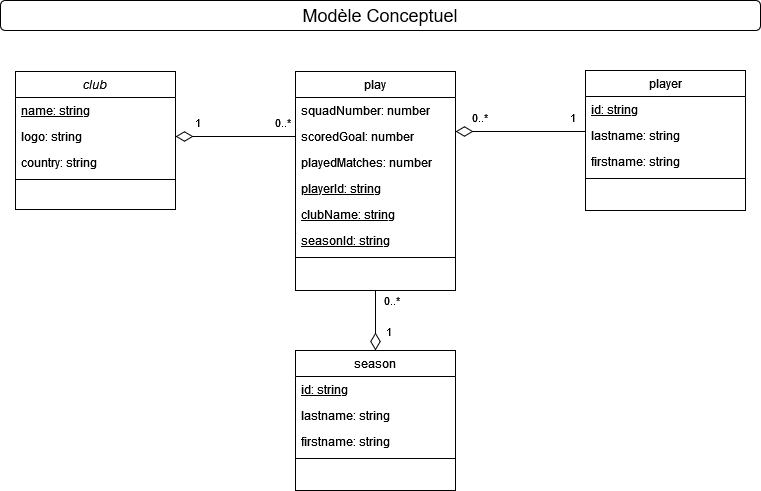
Above: documentation/uml-sportyma-eval.drawio.png in PheonBest/soccer-clubs-react-native-app (draw.io), before the change. Source tidied: cells renumbered, new cells last; positions are measured from the earlier drawing's top-left corner, leaving out a move shared by most shapes. Source of this version:
```xml
<mxGraphModel>
  <root>
    <mxCell id="0" />
    <mxCell id="1" parent="0" />
    <mxCell id="2" value="club" style="swimlane;fontStyle=2;align=center;verticalAlign=top;horizontal=1;startSize=26;rounded=0;shadow=0;strokeWidth=1;" parent="1" vertex="1">
      <mxGeometry x="15" y="71" width="160" height="138" as="geometry" />
    </mxCell>
    <mxCell id="3" value="name: string" style="text;align=left;verticalAlign=top;spacingLeft=4;spacingRight=4;overflow=hidden;fontStyle=4;" parent="2" vertex="1">
      <mxGeometry y="26" width="160" height="26" as="geometry" />
    </mxCell>
    <mxCell id="4" value="logo: string" style="text;align=left;verticalAlign=top;spacingLeft=4;spacingRight=4;overflow=hidden;points=[[0,0.5],[1,0.5]];portConstraint=eastwest;rounded=0;shadow=0;html=0;" parent="2" vertex="1">
      <mxGeometry y="52" width="160" height="26" as="geometry" />
    </mxCell>
    <mxCell id="5" value="country: string" style="text;align=left;verticalAlign=top;spacingLeft=4;spacingRight=4;overflow=hidden;rounded=0;shadow=0;html=0;" parent="2" vertex="1">
      <mxGeometry y="78" width="160" height="26" as="geometry" />
    </mxCell>
    <mxCell id="6" style="line;html=1;strokeWidth=1;align=left;verticalAlign=middle;spacingTop=-1;spacingLeft=3;spacingRight=3;labelPosition=right;" parent="2" vertex="1">
      <mxGeometry y="104" width="160" height="8" as="geometry" />
    </mxCell>
    <mxCell id="7" style="endArrow=none;html=1;rounded=0;startArrow=diamondThin;startFill=0;strokeWidth=1;endSize=15;startSize=15;jumpSize=15;exitX=1;exitY=0.5;exitDx=0;exitDy=0;entryX=0;entryY=0.5;entryDx=0;entryDy=0;" parent="1" edge="1" source="4">
      <mxGeometry relative="1" as="geometry">
        <mxPoint x="295" y="136" as="targetPoint" />
        <Array as="points">
          <mxPoint x="285" y="136" />
        </Array>
      </mxGeometry>
    </mxCell>
    <mxCell id="8" value="1" style="edgeLabel;html=1;align=center;verticalAlign=middle;" parent="7" vertex="1">
      <mxGeometry x="-0.81" y="-2" relative="1" as="geometry">
        <mxPoint x="10" y="-17" as="offset" />
      </mxGeometry>
    </mxCell>
    <mxCell id="9" value="0..*" style="edgeLabel;html=1;align=center;verticalAlign=middle;" parent="7" vertex="1">
      <mxGeometry x="0.85" y="-2" relative="1" as="geometry">
        <mxPoint x="-4" y="-17" as="offset" />
      </mxGeometry>
    </mxCell>
    <mxCell id="10" value="play" style="swimlane;fontStyle=0;align=center;verticalAlign=top;horizontal=1;startSize=26;rounded=0;shadow=0;strokeWidth=1;" parent="1" vertex="1">
      <mxGeometry x="295" y="71" width="160" height="219" as="geometry" />
    </mxCell>
    <mxCell id="11" value="squadNumber: number" style="text;align=left;verticalAlign=top;spacingLeft=4;spacingRight=4;overflow=hidden;" parent="10" vertex="1">
      <mxGeometry y="26" width="160" height="26" as="geometry" />
    </mxCell>
    <mxCell id="12" value="scoredGoal: number" style="text;align=left;verticalAlign=top;spacingLeft=4;spacingRight=4;overflow=hidden;" parent="10" vertex="1">
      <mxGeometry y="52" width="160" height="26" as="geometry" />
    </mxCell>
    <mxCell id="13" value="playedMatches: number" style="text;align=left;verticalAlign=top;spacingLeft=4;spacingRight=4;overflow=hidden;" parent="10" vertex="1">
      <mxGeometry y="78" width="160" height="26" as="geometry" />
    </mxCell>
    <mxCell id="14" value="playerId: string" style="text;align=left;verticalAlign=top;spacingLeft=4;spacingRight=4;overflow=hidden;fontStyle=4;" parent="10" vertex="1">
      <mxGeometry y="104" width="160" height="26" as="geometry" />
    </mxCell>
    <mxCell id="15" value="clubName: string" style="text;align=left;verticalAlign=top;spacingLeft=4;spacingRight=4;overflow=hidden;fontStyle=4;" parent="10" vertex="1">
      <mxGeometry y="130" width="160" height="26" as="geometry" />
    </mxCell>
    <mxCell id="16" value="seasonId: string" style="text;align=left;verticalAlign=top;spacingLeft=4;spacingRight=4;overflow=hidden;fontStyle=4;" parent="10" vertex="1">
      <mxGeometry y="156" width="160" height="26" as="geometry" />
    </mxCell>
    <mxCell id="17" style="line;html=1;strokeWidth=1;align=left;verticalAlign=middle;spacingTop=-1;spacingLeft=3;spacingRight=3;labelPosition=right;" parent="10" vertex="1">
      <mxGeometry y="182" width="160" height="8" as="geometry" />
    </mxCell>
    <mxCell id="18" value="player" style="swimlane;fontStyle=0;align=center;verticalAlign=top;horizontal=1;startSize=26;rounded=0;shadow=0;strokeWidth=1;" parent="1" vertex="1">
      <mxGeometry x="585" y="70" width="160" height="140" as="geometry" />
    </mxCell>
    <mxCell id="19" value="id: string" style="text;align=left;verticalAlign=top;spacingLeft=4;spacingRight=4;overflow=hidden;fontStyle=4;" parent="18" vertex="1">
      <mxGeometry y="26" width="160" height="26" as="geometry" />
    </mxCell>
    <mxCell id="20" value="lastname: string" style="text;align=left;verticalAlign=top;spacingLeft=4;spacingRight=4;overflow=hidden;" parent="18" vertex="1">
      <mxGeometry y="52" width="160" height="26" as="geometry" />
    </mxCell>
    <mxCell id="21" value="firstname: string" style="text;align=left;verticalAlign=top;spacingLeft=4;spacingRight=4;overflow=hidden;rounded=0;shadow=0;html=0;" parent="18" vertex="1">
      <mxGeometry y="78" width="160" height="26" as="geometry" />
    </mxCell>
    <mxCell id="22" style="line;html=1;strokeWidth=1;align=left;verticalAlign=middle;spacingTop=-1;spacingLeft=3;spacingRight=3;labelPosition=right;" parent="18" vertex="1">
      <mxGeometry y="104" width="160" height="8" as="geometry" />
    </mxCell>
    <mxCell id="23" style="endArrow=none;html=1;rounded=0;startArrow=diamondThin;startFill=0;strokeWidth=1;endSize=15;startSize=15;jumpSize=15;exitX=1;exitY=0.5;exitDx=0;exitDy=0;" parent="1" edge="1">
      <mxGeometry relative="1" as="geometry">
        <mxPoint x="455" y="131" as="sourcePoint" />
        <mxPoint x="585" y="131" as="targetPoint" />
        <Array as="points">
          <mxPoint x="565" y="131" />
        </Array>
      </mxGeometry>
    </mxCell>
    <mxCell id="24" value="0..*" style="edgeLabel;html=1;align=center;verticalAlign=middle;" parent="23" vertex="1">
      <mxGeometry x="-0.81" y="-2" relative="1" as="geometry">
        <mxPoint x="10" y="-17" as="offset" />
      </mxGeometry>
    </mxCell>
    <mxCell id="25" value="1" style="edgeLabel;html=1;align=center;verticalAlign=middle;" parent="23" vertex="1">
      <mxGeometry x="0.85" y="-2" relative="1" as="geometry">
        <mxPoint x="-4" y="-17" as="offset" />
      </mxGeometry>
    </mxCell>
    <mxCell id="26" value="&lt;div style=&quot;font-size: 18px&quot; align=&quot;center&quot;&gt;&lt;font style=&quot;font-size: 18px&quot;&gt;Modèle Conceptuel&lt;br&gt;&lt;/font&gt;&lt;/div&gt;" style="text;html=1;strokeColor=default;fillColor=default;align=center;verticalAlign=middle;whiteSpace=wrap;rounded=1;" parent="1" vertex="1">
      <mxGeometry width="760" height="30" as="geometry" />
    </mxCell>
    <mxCell id="27" value="season" style="swimlane;fontStyle=0;align=center;verticalAlign=top;horizontal=1;startSize=26;rounded=0;shadow=0;strokeWidth=1;" parent="1" vertex="1">
      <mxGeometry x="295" y="350" width="160" height="140" as="geometry" />
    </mxCell>
    <mxCell id="28" value="id: string" style="text;align=left;verticalAlign=top;spacingLeft=4;spacingRight=4;overflow=hidden;fontStyle=4;" parent="27" vertex="1">
      <mxGeometry y="26" width="160" height="26" as="geometry" />
    </mxCell>
    <mxCell id="29" value="lastname: string" style="text;align=left;verticalAlign=top;spacingLeft=4;spacingRight=4;overflow=hidden;" parent="27" vertex="1">
      <mxGeometry y="52" width="160" height="26" as="geometry" />
    </mxCell>
    <mxCell id="30" value="firstname: string" style="text;align=left;verticalAlign=top;spacingLeft=4;spacingRight=4;overflow=hidden;rounded=0;shadow=0;html=0;" parent="27" vertex="1">
      <mxGeometry y="78" width="160" height="26" as="geometry" />
    </mxCell>
    <mxCell id="31" style="line;html=1;strokeWidth=1;align=left;verticalAlign=middle;spacingTop=-1;spacingLeft=3;spacingRight=3;labelPosition=right;" parent="27" vertex="1">
      <mxGeometry y="104" width="160" height="8" as="geometry" />
    </mxCell>
    <mxCell id="32" style="endArrow=none;html=1;rounded=0;startArrow=diamondThin;startFill=0;strokeWidth=1;endSize=15;startSize=15;jumpSize=15;exitX=0.5;exitY=0;exitDx=0;exitDy=0;entryX=0.5;entryY=1;entryDx=0;entryDy=0;" parent="1" edge="1" source="27" target="10">
      <mxGeometry relative="1" as="geometry" />
    </mxCell>
    <mxCell id="33" value="1" style="edgeLabel;html=1;align=center;verticalAlign=middle;" parent="32" vertex="1">
      <mxGeometry x="-0.81" y="-2" relative="1" as="geometry">
        <mxPoint x="10" y="-14" as="offset" />
      </mxGeometry>
    </mxCell>
    <mxCell id="34" value="0..*" style="edgeLabel;html=1;align=center;verticalAlign=middle;" parent="32" vertex="1">
      <mxGeometry x="0.85" y="-2" relative="1" as="geometry">
        <mxPoint x="13" y="5" as="offset" />
      </mxGeometry>
    </mxCell>
  </root>
</mxGraphModel>
```
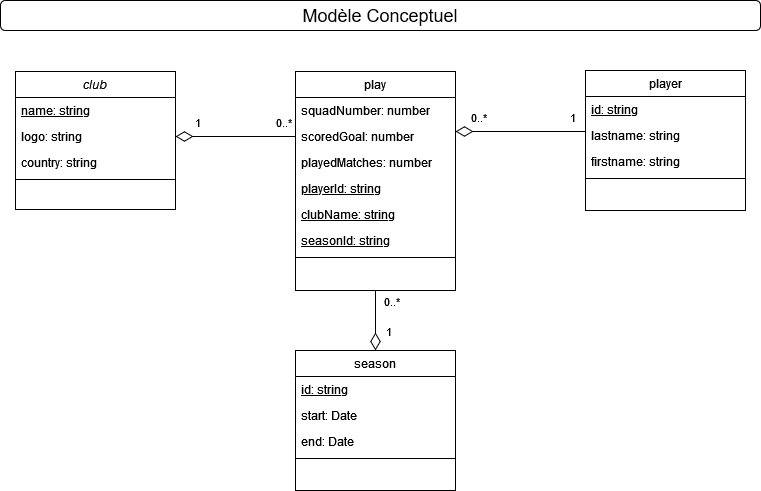
The same file after the commit.

Commit message:
Fix UML's season entity attributes

Diff of the diagram source:
```diff
@@ -102,10 +102,10 @@
     <mxCell id="28" value="id: string" style="text;align=left;verticalAlign=top;spacingLeft=4;spacingRight=4;overflow=hidden;fontStyle=4;" parent="27" vertex="1">
       <mxGeometry y="26" width="160" height="26" as="geometry" />
     </mxCell>
-    <mxCell id="29" value="lastname: string" style="text;align=left;verticalAlign=top;spacingLeft=4;spacingRight=4;overflow=hidden;" parent="27" vertex="1">
+    <mxCell id="29" value="start: Date" style="text;align=left;verticalAlign=top;spacingLeft=4;spacingRight=4;overflow=hidden;" parent="27" vertex="1">
       <mxGeometry y="52" width="160" height="26" as="geometry" />
     </mxCell>
-    <mxCell id="30" value="firstname: string" style="text;align=left;verticalAlign=top;spacingLeft=4;spacingRight=4;overflow=hidden;rounded=0;shadow=0;html=0;" parent="27" vertex="1">
+    <mxCell id="30" value="end: Date" style="text;align=left;verticalAlign=top;spacingLeft=4;spacingRight=4;overflow=hidden;rounded=0;shadow=0;html=0;" parent="27" vertex="1">
       <mxGeometry y="78" width="160" height="26" as="geometry" />
     </mxCell>
     <mxCell id="31" style="line;html=1;strokeWidth=1;align=left;verticalAlign=middle;spacingTop=-1;spacingLeft=3;spacingRight=3;labelPosition=right;" parent="27" vertex="1">
```
